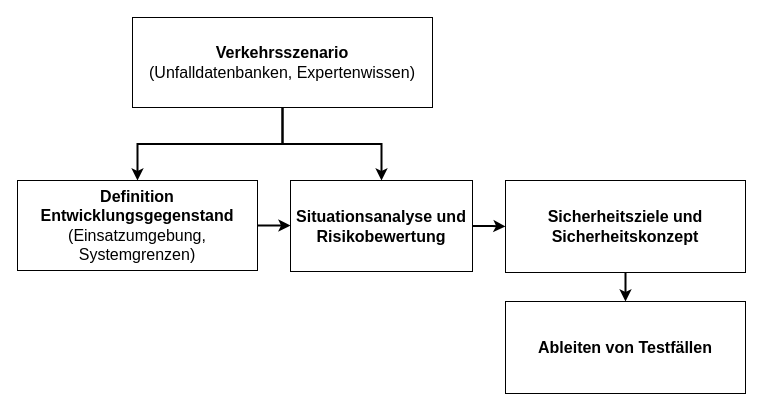
This is page "Page-2" (2 of 8) of Untitled Diagram.drawio from IMGSaibh/Links, a draw.io file, before an edit. Source tidied: cells renumbered, new cells numbered last; positions are measured from the earlier drawing's top-left corner, leaving out a move shared by most shapes. Both pictures are drawn from the tidied source at 100%, with x=0, y=0 at pixel (17, 17).
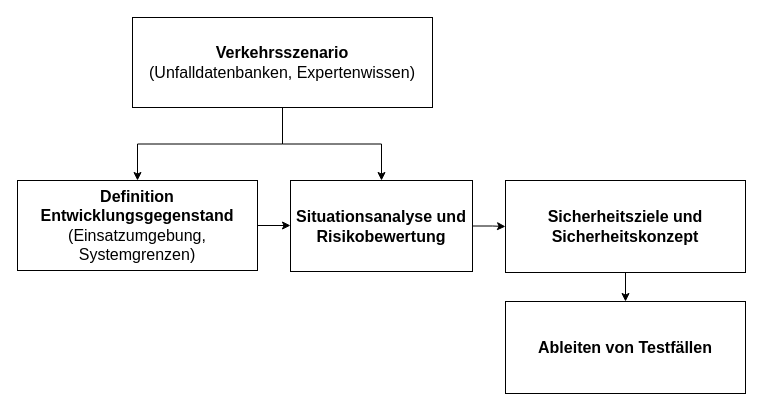
The same page after the edit.

The edit, as a diff of the source:
```diff
@@
 <mxGraphModel>
   <root>
     <mxCell id="0" />
     <mxCell id="1" parent="0" />
-    <mxCell id="2" style="edgeStyle=orthogonalEdgeStyle;rounded=0;jettySize=auto;html=1;exitX=1;exitY=0.5;exitDx=0;exitDy=0;entryX=0;entryY=0.5;entryDx=0;entryDy=0;strokeWidth=2;" parent="1" edge="1" source="3" target="8">
+    <mxCell id="2" style="edgeStyle=orthogonalEdgeStyle;rounded=0;jettySize=auto;html=1;exitX=1;exitY=0.5;exitDx=0;exitDy=0;entryX=0;entryY=0.5;entryDx=0;entryDy=0;strokeWidth=1;" parent="1" edge="1" source="3" target="8">
       <mxGeometry relative="1" as="geometry" />
     </mxCell>
     <mxCell id="3" value="&lt;div style=&quot;font-size: 16px&quot;&gt;&lt;font style=&quot;font-size: 16px&quot;&gt;&lt;b&gt;Definition&lt;/b&gt; &lt;b&gt;Entwicklungsgegenstand&lt;/b&gt; &lt;br&gt;&lt;/font&gt;&lt;/div&gt;&lt;div style=&quot;font-size: 16px&quot;&gt;&lt;font style=&quot;font-size: 16px&quot;&gt;(Einsatzumgebung, Systemgrenzen)&lt;/font&gt;&lt;/div&gt;" style="text;html=1;strokeColor=default;fillColor=none;align=center;verticalAlign=middle;whiteSpace=wrap;rounded=0;" parent="1" vertex="1">
       <mxGeometry y="163" width="240" height="90" as="geometry" />
     </mxCell>
-    <mxCell id="4" style="edgeStyle=orthogonalEdgeStyle;rounded=0;jettySize=auto;html=1;exitX=0.5;exitY=1;exitDx=0;exitDy=0;strokeWidth=2;" parent="1" edge="1" source="6" target="3">
+    <mxCell id="4" style="edgeStyle=orthogonalEdgeStyle;rounded=0;jettySize=auto;html=1;exitX=0.5;exitY=1;exitDx=0;exitDy=0;strokeWidth=1;" parent="1" edge="1" source="6" target="3">
       <mxGeometry relative="1" as="geometry" />
     </mxCell>
-    <mxCell id="5" style="edgeStyle=orthogonalEdgeStyle;rounded=0;jettySize=auto;html=1;exitX=0.5;exitY=1;exitDx=0;exitDy=0;entryX=0.5;entryY=0;entryDx=0;entryDy=0;fontSize=16;fontColor=#999999;strokeWidth=2;" parent="1" edge="1" source="6" target="8">
+    <mxCell id="5" style="edgeStyle=orthogonalEdgeStyle;rounded=0;jettySize=auto;html=1;exitX=0.5;exitY=1;exitDx=0;exitDy=0;entryX=0.5;entryY=0;entryDx=0;entryDy=0;fontSize=16;fontColor=#999999;strokeWidth=1;" parent="1" edge="1" source="6" target="8">
       <mxGeometry relative="1" as="geometry" />
     </mxCell>
     <mxCell id="6" value="&lt;div style=&quot;font-size: 16px&quot;&gt;&lt;font style=&quot;font-size: 16px&quot;&gt;&lt;b&gt;Verkehrsszenario&lt;/b&gt; &lt;br&gt;&lt;/font&gt;&lt;/div&gt;&lt;div style=&quot;font-size: 16px&quot;&gt;&lt;font style=&quot;font-size: 16px&quot;&gt;(Unfalldatenbanken, Expertenwissen)&lt;/font&gt;&lt;/div&gt;" style="text;html=1;strokeColor=default;fillColor=none;align=center;verticalAlign=middle;whiteSpace=wrap;rounded=0;" parent="1" vertex="1">
       <mxGeometry x="115" width="300" height="90" as="geometry" />
     </mxCell>
-    <mxCell id="7" style="edgeStyle=orthogonalEdgeStyle;rounded=0;jettySize=auto;html=1;exitX=1;exitY=0.5;exitDx=0;exitDy=0;fontSize=16;fontColor=#999999;strokeWidth=2;" parent="1" edge="1" source="8" target="10">
+    <mxCell id="7" style="edgeStyle=orthogonalEdgeStyle;rounded=0;jettySize=auto;html=1;exitX=1;exitY=0.5;exitDx=0;exitDy=0;fontSize=16;fontColor=#999999;strokeWidth=1;" parent="1" edge="1" source="8" target="10">
       <mxGeometry relative="1" as="geometry" />
     </mxCell>
     <mxCell id="8" value="&lt;div style=&quot;font-size: 16px&quot;&gt;&lt;font style=&quot;font-size: 16px&quot;&gt;&lt;b&gt;Situationsanalyse und &lt;br&gt;&lt;/b&gt;&lt;/font&gt;&lt;/div&gt;&lt;div style=&quot;font-size: 16px&quot;&gt;&lt;font style=&quot;font-size: 16px&quot;&gt;&lt;b&gt;Risikobewertung&lt;/b&gt;&lt;/font&gt;&lt;/div&gt;" style="text;html=1;strokeColor=default;fillColor=none;align=center;verticalAlign=middle;whiteSpace=wrap;rounded=0;" parent="1" vertex="1">
       <mxGeometry x="273" y="163" width="182" height="91" as="geometry" />
     </mxCell>
-    <mxCell id="9" style="edgeStyle=orthogonalEdgeStyle;rounded=0;jettySize=auto;html=1;strokeWidth=2;" parent="1" edge="1" source="10" target="11">
+    <mxCell id="9" style="edgeStyle=orthogonalEdgeStyle;rounded=0;jettySize=auto;html=1;strokeWidth=1;" parent="1" edge="1" source="10" target="11">
       <mxGeometry relative="1" as="geometry" />
     </mxCell>
     <mxCell id="10" value="&lt;div style=&quot;font-size: 16px&quot;&gt;&lt;font style=&quot;font-size: 16px&quot;&gt;&lt;b&gt;Sicherheitsziele und &lt;br&gt;&lt;/b&gt;&lt;/font&gt;&lt;/div&gt;&lt;div style=&quot;font-size: 16px&quot;&gt;&lt;font style=&quot;font-size: 16px&quot;&gt;&lt;b&gt;Sicherheitskonzept&lt;/b&gt;&lt;/font&gt;&lt;/div&gt;" style="text;html=1;strokeColor=default;fillColor=none;align=center;verticalAlign=middle;whiteSpace=wrap;rounded=0;" parent="1" vertex="1">
       <mxGeometry x="488" y="163" width="240" height="92" as="geometry" />
     </mxCell>
     <mxCell id="11" value="&lt;font style=&quot;font-size: 16px&quot;&gt;&lt;b&gt;Ableiten von Testfällen&lt;br&gt;&lt;/b&gt;&lt;/font&gt;" style="text;html=1;strokeColor=default;fillColor=none;align=center;verticalAlign=middle;whiteSpace=wrap;rounded=0;" parent="1" vertex="1">
       <mxGeometry x="488" y="284" width="240" height="92" as="geometry" />
     </mxCell>
   </root>
 </mxGraphModel>
```
